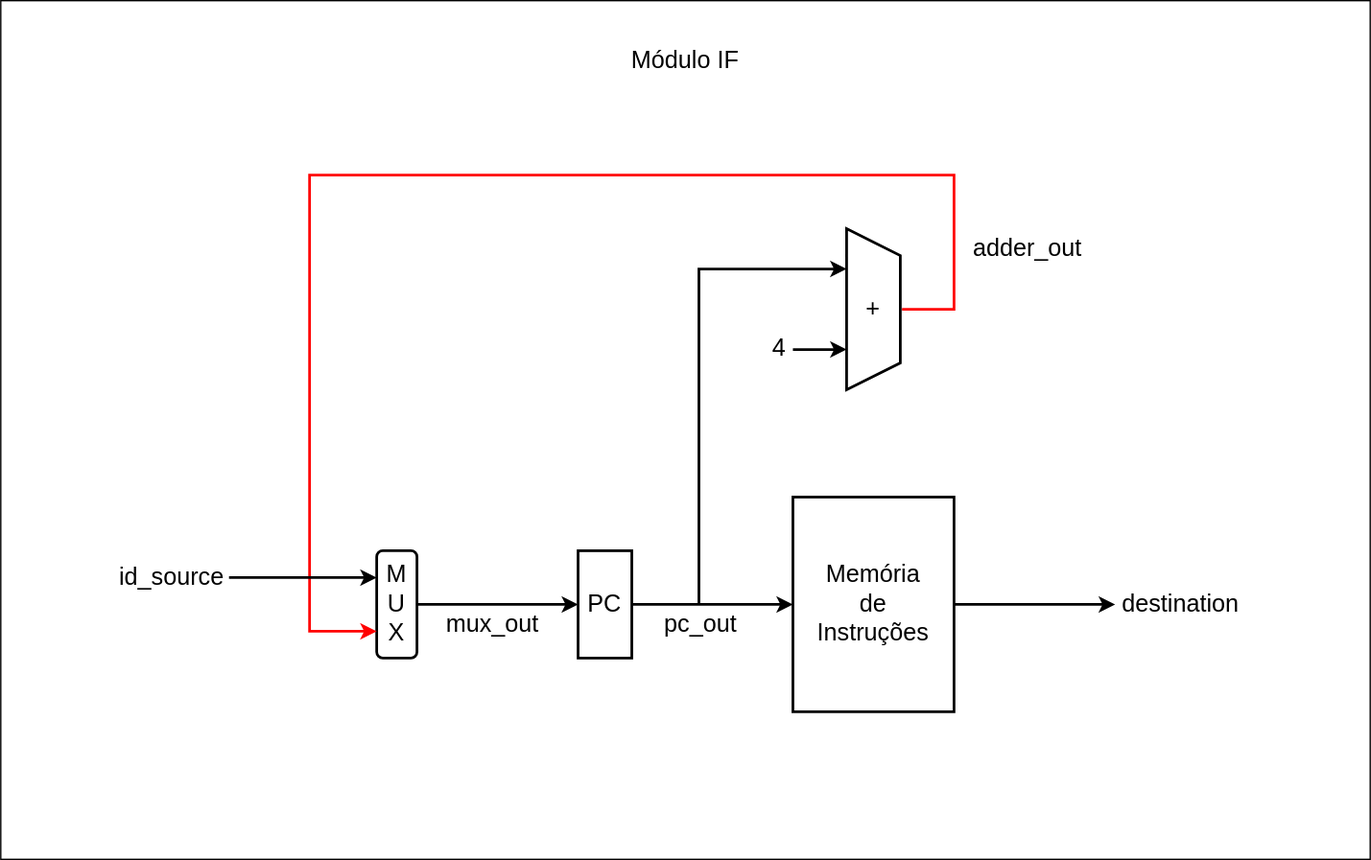
Above: docs/public/images/referencia/componentes/stage_if_rtl.drawio.svg in insper-riscv/core (draw.io), before the change. Source tidied: cells renumbered, new cells last; positions are measured from the earlier drawing's top-left corner, leaving out a move shared by most shapes.
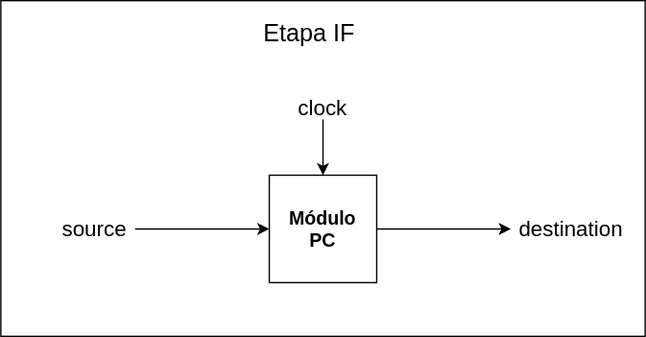
Above is the later version.

What changed in the source:
```diff
@@ -2,80 +2,34 @@
   <root>
     <mxCell id="0" />
     <mxCell id="1" parent="0" />
-    <mxCell id="2" style="rounded=0;whiteSpace=wrap;html=1;" parent="1" vertex="1">
-      <mxGeometry width="1020" height="640" as="geometry" />
-    </mxCell>
-    <mxCell id="3" style="edgeStyle=orthogonalEdgeStyle;rounded=0;jettySize=auto;html=1;entryX=0;entryY=0.5;entryDx=0;entryDy=0;strokeWidth=2;" parent="1" edge="1" source="4" target="6">
-      <mxGeometry relative="1" as="geometry" />
-    </mxCell>
-    <mxCell id="4" value="&lt;font style=&quot;font-size: 18px;&quot;&gt;M&lt;br&gt;U&lt;br&gt;X&lt;/font&gt;" style="rounded=1;whiteSpace=wrap;html=1;strokeWidth=2;" parent="1" vertex="1">
-      <mxGeometry x="280" y="410" width="30" height="80" as="geometry" />
-    </mxCell>
-    <mxCell id="5" style="edgeStyle=orthogonalEdgeStyle;rounded=0;jettySize=auto;html=1;strokeWidth=2;" parent="1" edge="1" source="6" target="7">
-      <mxGeometry relative="1" as="geometry" />
-    </mxCell>
-    <mxCell id="6" value="&lt;font style=&quot;font-size: 18px;&quot;&gt;PC&lt;/font&gt;" style="rounded=0;whiteSpace=wrap;html=1;strokeWidth=2;" parent="1" vertex="1">
-      <mxGeometry x="430" y="410" width="40" height="80" as="geometry" />
-    </mxCell>
-    <mxCell id="7" value="&lt;span style=&quot;font-size: 18px;&quot;&gt;Memória&lt;/span&gt;&lt;div&gt;&lt;span style=&quot;font-size: 18px;&quot;&gt;de&lt;/span&gt;&lt;/div&gt;&lt;div&gt;&lt;span style=&quot;font-size: 18px;&quot;&gt;Instruções&lt;/span&gt;&lt;/div&gt;" style="rounded=0;whiteSpace=wrap;html=1;strokeWidth=2;" parent="1" vertex="1">
-      <mxGeometry x="590" y="370" width="120" height="160" as="geometry" />
-    </mxCell>
-    <mxCell id="8" style="endArrow=classic;html=1;rounded=0;exitX=1;exitY=0.5;exitDx=0;exitDy=0;strokeWidth=2;" parent="1" edge="1" source="7">
-      <mxGeometry relative="1" as="geometry">
-        <mxPoint x="830" y="450" as="targetPoint" />
-      </mxGeometry>
-    </mxCell>
-    <mxCell id="9" value="&lt;font style=&quot;font-size: 18px;&quot;&gt;+&lt;/font&gt;" style="shape=trapezoid;perimeter=trapezoidPerimeter;whiteSpace=wrap;html=1;fixedSize=1;direction=south;strokeWidth=2;" parent="1" vertex="1">
-      <mxGeometry x="630" y="170" width="40" height="120" as="geometry" />
-    </mxCell>
-    <mxCell id="10" style="endArrow=classic;html=1;rounded=0;entryX=0.25;entryY=1;entryDx=0;entryDy=0;strokeWidth=2;" parent="1" edge="1" target="9">
-      <mxGeometry relative="1" as="geometry">
-        <mxPoint x="520" y="450" as="sourcePoint" />
-        <Array as="points">
-          <mxPoint x="520" y="200" />
-        </Array>
-      </mxGeometry>
-    </mxCell>
-    <mxCell id="11" style="endArrow=classic;html=1;rounded=0;entryX=0.75;entryY=1;entryDx=0;entryDy=0;strokeWidth=2;" parent="1" edge="1" target="9">
-      <mxGeometry relative="1" as="geometry">
-        <mxPoint x="590" y="260" as="sourcePoint" />
-      </mxGeometry>
-    </mxCell>
-    <mxCell id="12" value="&lt;font style=&quot;font-size: 18px;&quot;&gt;4&lt;/font&gt;" style="text;html=1;strokeColor=none;fillColor=none;align=center;verticalAlign=middle;whiteSpace=wrap;rounded=0;" parent="1" vertex="1">
-      <mxGeometry x="570" y="244" width="20" height="30" as="geometry" />
-    </mxCell>
-    <mxCell id="13" style="endArrow=classic;html=1;rounded=0;entryX=0;entryY=0.75;entryDx=0;entryDy=0;strokeWidth=2;fillColor=#f8cecc;strokeColor=#ff0000;exitX=0.5;exitY=-0.032;exitDx=0;exitDy=0;exitPerimeter=0;" parent="1" edge="1" source="9" target="4">
-      <mxGeometry relative="1" as="geometry">
-        <Array as="points">
-          <mxPoint x="710" y="230" />
-          <mxPoint x="710" y="130" />
-          <mxPoint x="230" y="130" />
-          <mxPoint x="230" y="470" />
-        </Array>
-      </mxGeometry>
-    </mxCell>
-    <mxCell id="14" style="endArrow=classic;html=1;rounded=0;entryX=0;entryY=0.25;entryDx=0;entryDy=0;strokeWidth=2;" parent="1" edge="1" target="4">
-      <mxGeometry relative="1" as="geometry">
-        <mxPoint x="170" y="430" as="sourcePoint" />
-      </mxGeometry>
-    </mxCell>
-    <mxCell id="15" value="&lt;font style=&quot;font-size: 18px;&quot;&gt;pc_out&lt;/font&gt;" style="text;html=1;strokeColor=none;fillColor=none;align=center;verticalAlign=middle;whiteSpace=wrap;rounded=0;" parent="1" vertex="1">
-      <mxGeometry x="490" y="450" width="63" height="30" as="geometry" />
-    </mxCell>
+    <mxCell id="21" style="rounded=0;whiteSpace=wrap;html=1;" parent="1" vertex="1">
+      <mxGeometry x="454" y="273.8" width="480" height="250" as="geometry" />
+    </mxCell>
+    <mxCell id="22" value="&lt;b&gt;&lt;font style=&quot;font-size: 14px;&quot;&gt;Módulo&lt;/font&gt;&lt;/b&gt;&lt;div&gt;&lt;b&gt;&lt;font style=&quot;font-size: 14px;&quot;&gt;PC&lt;/font&gt;&lt;/b&gt;&lt;/div&gt;" style="whiteSpace=wrap;html=1;" parent="1" vertex="1">
+      <mxGeometry x="654" y="403.8" width="80" height="80" as="geometry" />
+    </mxCell>
+    <mxCell id="23" style="edgeStyle=orthogonalEdgeStyle;rounded=0;jettySize=auto;html=1;entryX=0;entryY=0.5;entryDx=0;entryDy=0;" parent="1" edge="1" source="24" target="22">
+      <mxGeometry relative="1" as="geometry" />
+    </mxCell>
+    <mxCell id="24" value="&lt;font style=&quot;font-size: 16px;&quot;&gt;source&lt;/font&gt;" style="text;html=1;align=center;verticalAlign=middle;whiteSpace=wrap;rounded=0;" parent="1" vertex="1">
+      <mxGeometry x="494" y="435" width="60" height="17.5" as="geometry" />
+    </mxCell>
+    <mxCell id="25" style="edgeStyle=orthogonalEdgeStyle;rounded=0;jettySize=auto;html=1;entryX=0.5;entryY=0;entryDx=0;entryDy=0;" parent="1" edge="1" source="26" target="22">
+      <mxGeometry relative="1" as="geometry" />
+    </mxCell>
+    <mxCell id="26" value="&lt;font style=&quot;font-size: 16px;&quot;&gt;clock&lt;/font&gt;" style="text;html=1;align=center;verticalAlign=middle;whiteSpace=wrap;rounded=0;" parent="1" vertex="1">
+      <mxGeometry x="664" y="344.8" width="60" height="17.5" as="geometry" />
+    </mxCell>
+    <mxCell id="27" style="endArrow=classic;html=1;rounded=0;exitX=1;exitY=0.5;exitDx=0;exitDy=0;" parent="1" edge="1" source="22">
+      <mxGeometry relative="1" as="geometry">
+        <mxPoint x="834" y="443.8" as="targetPoint" />
+      </mxGeometry>
+    </mxCell>
-    <mxCell id="16" value="&lt;font style=&quot;font-size: 18px;&quot;&gt;destination&lt;/font&gt;" style="text;html=1;strokeColor=none;fillColor=none;align=center;verticalAlign=middle;whiteSpace=wrap;rounded=0;" parent="1" vertex="1">
-      <mxGeometry x="834" y="435" width="90" height="30" as="geometry" />
+    <mxCell id="16" value="&lt;font style=&quot;font-size: 16px;&quot;&gt;destination&lt;/font&gt;" style="text;html=1;align=center;verticalAlign=middle;whiteSpace=wrap;rounded=0;" parent="1" vertex="1">
+      <mxGeometry x="834" y="435" width="90" height="17.5" as="geometry" />
     </mxCell>
-    <mxCell id="17" value="&lt;font style=&quot;font-size: 18px;&quot;&gt;id_source&lt;/font&gt;" style="text;html=1;strokeColor=none;fillColor=none;align=center;verticalAlign=middle;whiteSpace=wrap;rounded=0;" parent="1" vertex="1">
-      <mxGeometry x="90" y="415" width="75" height="30" as="geometry" />
-    </mxCell>
-    <mxCell id="18" value="&lt;font style=&quot;font-size: 18px;&quot;&gt;mux_out&lt;/font&gt;" style="text;html=1;strokeColor=none;fillColor=none;align=center;verticalAlign=middle;whiteSpace=wrap;rounded=0;" parent="1" vertex="1">
-      <mxGeometry x="330" y="450" width="73" height="30" as="geometry" />
-    </mxCell>
-    <mxCell id="19" value="&lt;font style=&quot;font-size: 18px;&quot;&gt;Módulo IF&lt;/font&gt;" style="text;html=1;strokeColor=none;fillColor=none;align=center;verticalAlign=middle;whiteSpace=wrap;rounded=0;" parent="1" vertex="1">
-      <mxGeometry x="450" y="30" width="120" height="30" as="geometry" />
-    </mxCell>
-    <mxCell id="20" value="&lt;font style=&quot;font-size: 18px;&quot;&gt;adder_out&lt;/font&gt;" style="text;html=1;strokeColor=none;fillColor=none;align=center;verticalAlign=middle;whiteSpace=wrap;rounded=0;" parent="1" vertex="1">
-      <mxGeometry x="720" y="170" width="90" height="30" as="geometry" />
-    </mxCell>
+    <mxCell id="28" value="&lt;font style=&quot;font-size: 18px;&quot;&gt;Etapa IF&lt;/font&gt;" style="text;html=1;align=center;verticalAlign=middle;whiteSpace=wrap;rounded=0;" parent="1" vertex="1">
+      <mxGeometry x="624" y="283.8" width="120" height="30" as="geometry" />
+    </mxCell>
   </root>
 </mxGraphModel>
```
